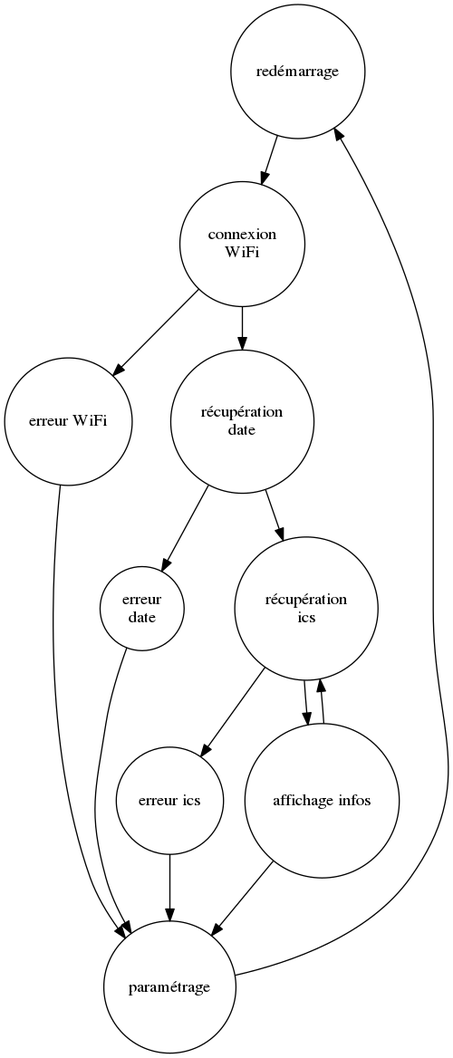
The Graphviz diagram doc/states.png in Mxkiller56/projetutmcr, before a commit. Its source is kept beside it as doc/states.dot.
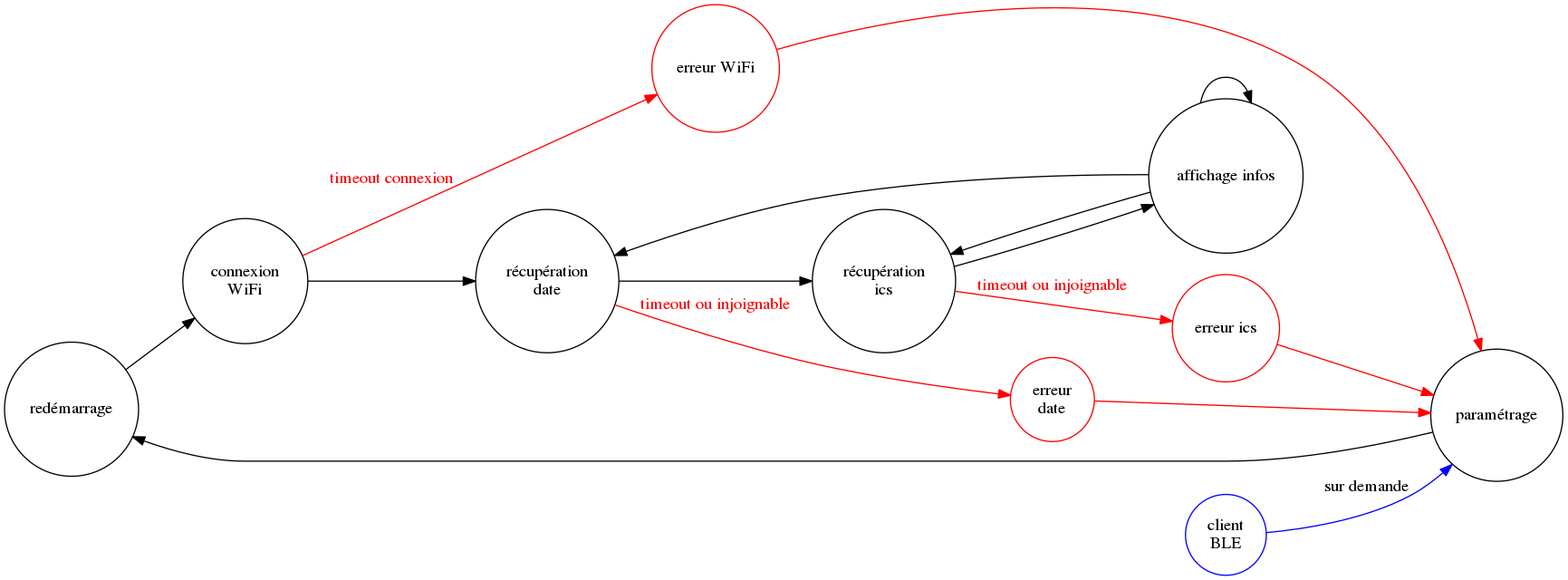
The same file after the commit.

Commit message:
enhanced states graph horizontal alignment + some colors

Change to the diagram source:
```diff
@@ -1,26 +1,36 @@
 digraph states {
-	node [shape=circle];
-	reboot[label="redémarrage"];
-	wifico[label="connexion\nWiFi"];
-	err_wifico[label="erreur WiFi"];
-	date[label="récupération\ndate"];
-	err_date[label="erreur\ndate"];
-	ics[label="récupération\nics"];
-	err_ics[label="erreur ics"];
-	settings[label="paramétrage"];
-	showtime[label="affichage infos"];
-
-	reboot->wifico
-	wifico->err_wifico
-	wifico->date
-	date->err_date
-	date->ics
-	ics->err_ics
-	ics->showtime
-	showtime->settings
-	settings->reboot
-	err_wifico->settings
-	err_date->settings
-	err_ics->settings
-	showtime->ics
+  rankdir="LR";
+  node [shape=circle];
+  reboot[label="redémarrage"];
+  wifico[label="connexion\nWiFi"];
+  date[label="récupération\ndate"];
+  ics[label="récupération\nics"];
+  settings[label="paramétrage"];
+  showtime[label="affichage infos"];
+  blecli[label="client\nBLE", color=blue];
+  /* erreurs */
+  {
+    node [color=red];
+    err_wifico[label="erreur WiFi"];
+    err_date[label="erreur\ndate"];
+    err_ics[label="erreur ics"];
+  }
+  {
+    edge [color=red, fontcolor=red];
+    wifico->err_wifico [label="timeout connexion"];
+    date->err_date [label="timeout ou injoignable"];
+    ics->err_ics [label="timeout ou injoignable"];
+    err_wifico->settings;
+    err_date->settings;
+    err_ics->settings;
+  }
+  reboot->wifico;
+  wifico->date;
+  date->ics;
+  ics->showtime;
+  settings->reboot;
+  showtime->ics;
+  showtime->date;
+  showtime->showtime;
+  blecli->settings [color=blue,label="sur demande"];
 }
```
